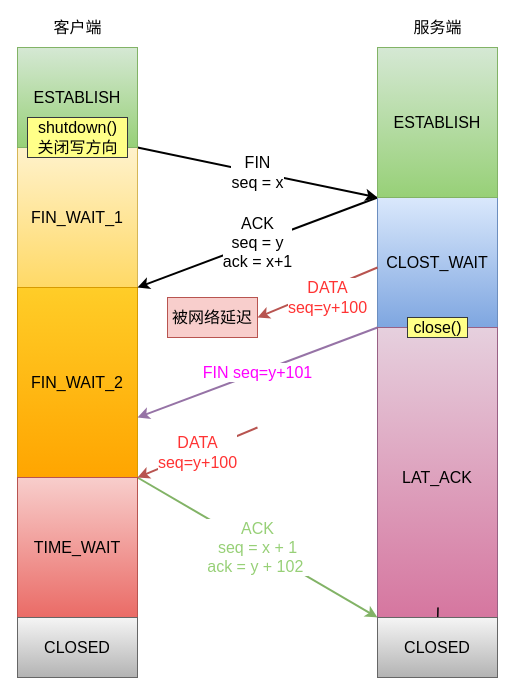
Before: 杂/tcp乱序处理结果.drawio in xiaolincoder/ImageHost4, a draw.io diagram. Source tidied: cells renumbered, new cells numbered last; positions are measured from the earlier drawing's top-left corner, leaving out a move shared by most shapes. Both pictures are drawn from the tidied source at 100%, with x=0, y=0 at pixel (17, 17).
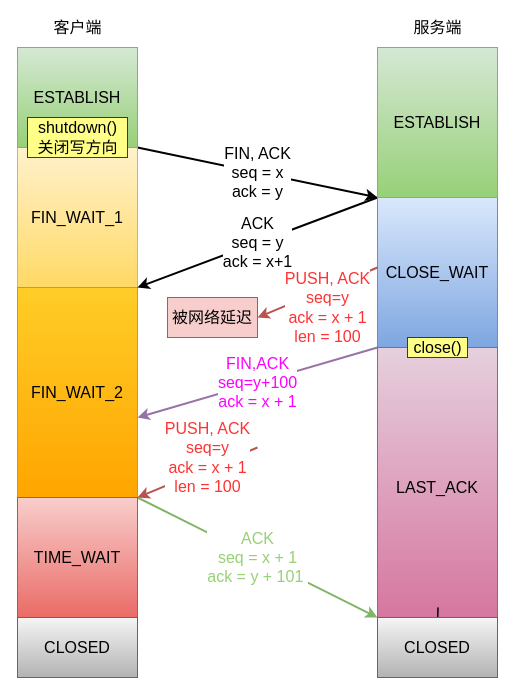
The same page after the edit.

Commit message (it also covers changes not shown here):
更新tcp乱序处理结果.drawio

Unchanged cells that the change refers to:
```xml
<mxCell id="3" value="FIN_WAIT_1" style="rounded=0;whiteSpace=wrap;html=1;fontSize=16;gradientColor=#ffd966;fillColor=#fff2cc;strokeColor=#d6b656;" parent="1" vertex="1">
  <mxGeometry y="130" width="120" height="140" as="geometry" />
</mxCell>
<mxCell id="14" value="CLOSED" style="rounded=0;whiteSpace=wrap;html=1;fontSize=16;gradientColor=#b3b3b3;fillColor=#f5f5f5;strokeColor=#666666;" parent="1" vertex="1">
  <mxGeometry x="360" y="600" width="120" height="60" as="geometry" />
</mxCell>
```

The edit, as a diff of the source:
```diff
@@
-    <mxCell id="2" value="FIN &lt;br&gt;seq = x" style="rounded=0;jettySize=auto;html=1;entryX=0;entryY=0;entryDx=0;entryDy=0;fontSize=16;exitX=1;exitY=0;exitDx=0;exitDy=0;strokeWidth=2;" parent="1" edge="1" source="3" target="10">
+    <mxCell id="2" value="FIN, ACK&lt;br&gt;seq = x&lt;br&gt;ack = y" style="rounded=0;jettySize=auto;html=1;entryX=0;entryY=0;entryDx=0;entryDy=0;fontSize=16;exitX=1;exitY=0;exitDx=0;exitDy=0;strokeWidth=2;" parent="1" edge="1" source="3" target="10">
       <mxGeometry relative="1" as="geometry" />
     </mxCell>
@@
     <mxCell id="4" value="FIN_WAIT_2" style="rounded=0;whiteSpace=wrap;html=1;fontSize=16;gradientColor=#ffa500;fillColor=#ffcd28;strokeColor=#d79b00;" parent="1" vertex="1">
-      <mxGeometry y="270" width="120" height="190" as="geometry" />
+      <mxGeometry y="270" width="120" height="210" as="geometry" />
     </mxCell>
-    <mxCell id="5" value="&lt;font color=&quot;#97d077&quot; style=&quot;font-size: 16px;&quot;&gt;ACK&lt;br style=&quot;font-size: 16px;&quot;&gt;seq = x + 1&lt;br style=&quot;font-size: 16px;&quot;&gt;ack = y + 102&amp;nbsp;&lt;/font&gt;" style="rounded=0;jettySize=auto;html=1;entryX=0;entryY=0;entryDx=0;entryDy=0;exitX=1;exitY=0;exitDx=0;exitDy=0;fillColor=#d5e8d4;strokeColor=#82b366;strokeWidth=2;fontSize=16;" parent="1" edge="1" source="6" target="14">
+    <mxCell id="5" value="&lt;font color=&quot;#97d077&quot; style=&quot;font-size: 16px&quot;&gt;ACK&lt;br style=&quot;font-size: 16px&quot;&gt;seq = x + 1&lt;br style=&quot;font-size: 16px&quot;&gt;ack = y + 101&amp;nbsp;&lt;/font&gt;" style="rounded=0;jettySize=auto;html=1;entryX=0;entryY=0;entryDx=0;entryDy=0;exitX=1;exitY=0;exitDx=0;exitDy=0;fillColor=#d5e8d4;strokeColor=#82b366;strokeWidth=2;fontSize=16;" parent="1" edge="1" source="6" target="14">
       <mxGeometry relative="1" as="geometry" />
     </mxCell>
     <mxCell id="6" value="TIME_WAIT" style="rounded=0;whiteSpace=wrap;html=1;fontSize=16;gradientColor=#ea6b66;fillColor=#f8cecc;strokeColor=#b85450;" parent="1" vertex="1">
-      <mxGeometry y="460" width="120" height="140" as="geometry" />
+      <mxGeometry y="480" width="120" height="120" as="geometry" />
     </mxCell>
@@
-    <mxCell id="10" value="CLOST_WAIT" style="rounded=0;whiteSpace=wrap;html=1;fontSize=16;gradientColor=#7ea6e0;fillColor=#dae8fc;strokeColor=#6c8ebf;" parent="1" vertex="1">
-      <mxGeometry x="360" y="180" width="120" height="130" as="geometry" />
+    <mxCell id="10" value="CLOSE_WAIT" style="rounded=0;whiteSpace=wrap;html=1;fontSize=16;gradientColor=#7ea6e0;fillColor=#dae8fc;strokeColor=#6c8ebf;" parent="1" vertex="1">
+      <mxGeometry x="360" y="180" width="120" height="150" as="geometry" />
     </mxCell>
-    <mxCell id="11" value="&lt;font color=&quot;#ff00ff&quot;&gt;FIN seq=y+101&lt;br&gt;&lt;/font&gt;" style="edgeStyle=none;rounded=0;jettySize=auto;html=1;fontSize=16;exitX=0;exitY=0;exitDx=0;exitDy=0;strokeWidth=2;fillColor=#e1d5e7;strokeColor=#9673a6;" parent="1" edge="1" source="12">
+    <mxCell id="11" value="&lt;span style=&quot;color: rgb(255 , 0 , 255)&quot;&gt;FIN,ACK&lt;/span&gt;&lt;br style=&quot;color: rgb(255 , 0 , 255)&quot;&gt;&lt;span style=&quot;color: rgb(255 , 0 , 255)&quot;&gt;seq=y+100&lt;/span&gt;&lt;br style=&quot;color: rgb(255 , 0 , 255)&quot;&gt;&lt;span style=&quot;color: rgb(255 , 0 , 255)&quot;&gt;ack = x + 1&lt;/span&gt;&lt;font color=&quot;#ff00ff&quot;&gt;&lt;br&gt;&lt;/font&gt;" style="edgeStyle=none;rounded=0;jettySize=auto;html=1;fontSize=16;exitX=0;exitY=0;exitDx=0;exitDy=0;strokeWidth=2;fillColor=#e1d5e7;strokeColor=#9673a6;" parent="1" edge="1" source="12">
       <mxGeometry relative="1" as="geometry">
         <mxPoint x="120" y="400" as="targetPoint" />
       </mxGeometry>
     </mxCell>
-    <mxCell id="12" value="LAT_ACK" style="rounded=0;whiteSpace=wrap;html=1;fontSize=16;gradientColor=#d5739d;fillColor=#e6d0de;strokeColor=#996185;" parent="1" vertex="1">
-      <mxGeometry x="360" y="310" width="120" height="300" as="geometry" />
+    <mxCell id="12" value="LAST_ACK" style="rounded=0;whiteSpace=wrap;html=1;fontSize=16;gradientColor=#d5739d;fillColor=#e6d0de;strokeColor=#996185;" parent="1" vertex="1">
+      <mxGeometry x="360" y="330" width="120" height="280" as="geometry" />
     </mxCell>
@@
     <mxCell id="15" value="close()" style="text;html=1;align=center;verticalAlign=middle;strokeColor=#36393d;fillColor=#ffff88;fontSize=16;" parent="1" vertex="1">
-      <mxGeometry x="390" y="300" width="60" height="20" as="geometry" />
+      <mxGeometry x="390" y="320" width="60" height="20" as="geometry" />
     </mxCell>
-    <mxCell id="16" value="&lt;font color=&quot;#ff3333&quot;&gt;DATA&lt;br&gt;seq=y+100&lt;br&gt;&lt;/font&gt;" style="edgeStyle=none;rounded=0;orthogonalLoop=1;jettySize=auto;html=1;fontSize=16;strokeWidth=2;fillColor=#f8cecc;strokeColor=#b85450;" parent="1" edge="1">
-      <mxGeometry x="-0.11" y="8" relative="1" as="geometry">
+    <mxCell id="16" value="&lt;span style=&quot;color: rgb(255 , 51 , 51)&quot;&gt;PUSH, ACK&lt;/span&gt;&lt;br style=&quot;color: rgb(255 , 51 , 51)&quot;&gt;&lt;span style=&quot;color: rgb(255 , 51 , 51)&quot;&gt;seq=y&lt;/span&gt;&lt;br style=&quot;color: rgb(255 , 51 , 51)&quot;&gt;&lt;span style=&quot;color: rgb(255 , 51 , 51)&quot;&gt;ack = x + 1&lt;/span&gt;&lt;br style=&quot;color: rgb(255 , 51 , 51)&quot;&gt;&lt;span style=&quot;color: rgb(255 , 51 , 51)&quot;&gt;len = 100&lt;/span&gt;&lt;font color=&quot;#ff3333&quot;&gt;&lt;br&gt;&lt;/font&gt;" style="edgeStyle=none;rounded=0;orthogonalLoop=1;jettySize=auto;html=1;fontSize=16;strokeWidth=2;fillColor=#f8cecc;strokeColor=#b85450;" parent="1" edge="1">
+      <mxGeometry x="-0.05" y="18" relative="1" as="geometry">
         <mxPoint x="360" y="250" as="sourcePoint" />
         <mxPoint x="240" y="300" as="targetPoint" />
       </mxGeometry>
     </mxCell>
@@
-    <mxCell id="24" value="&lt;span style=&quot;color: rgb(255 , 51 , 51)&quot;&gt;DATA&lt;/span&gt;&lt;br style=&quot;color: rgb(255 , 51 , 51)&quot;&gt;&lt;span style=&quot;color: rgb(255 , 51 , 51)&quot;&gt;seq=y+100&lt;/span&gt;&lt;font color=&quot;#ff3333&quot;&gt;&lt;br&gt;&lt;/font&gt;" style="edgeStyle=none;rounded=0;orthogonalLoop=1;jettySize=auto;html=1;fontSize=16;strokeWidth=2;fillColor=#f8cecc;strokeColor=#b85450;" parent="1" edge="1">
-      <mxGeometry relative="1" as="geometry">
-        <mxPoint x="240" y="410" as="sourcePoint" />
-        <mxPoint x="120" y="460" as="targetPoint" />
+    <mxCell id="24" value="&lt;span style=&quot;color: rgb(255 , 51 , 51)&quot;&gt;PUSH, ACK&lt;/span&gt;&lt;br style=&quot;color: rgb(255 , 51 , 51)&quot;&gt;&lt;span style=&quot;color: rgb(255 , 51 , 51)&quot;&gt;seq=y&lt;/span&gt;&lt;br style=&quot;color: rgb(255 , 51 , 51)&quot;&gt;&lt;span style=&quot;color: rgb(255 , 51 , 51)&quot;&gt;ack = x + 1&lt;/span&gt;&lt;br style=&quot;color: rgb(255 , 51 , 51)&quot;&gt;&lt;span style=&quot;color: rgb(255 , 51 , 51)&quot;&gt;len = 100&lt;/span&gt;&lt;font color=&quot;#ff3333&quot;&gt;&lt;br&gt;&lt;/font&gt;" style="edgeStyle=none;rounded=0;orthogonalLoop=1;jettySize=auto;html=1;fontSize=16;strokeWidth=2;fillColor=#f8cecc;strokeColor=#b85450;" parent="1" edge="1">
+      <mxGeometry x="-0.23" y="-10" relative="1" as="geometry">
+        <mxPoint x="240" y="430" as="sourcePoint" />
+        <mxPoint x="120" y="480" as="targetPoint" />
       </mxGeometry>
     </mxCell>
```
